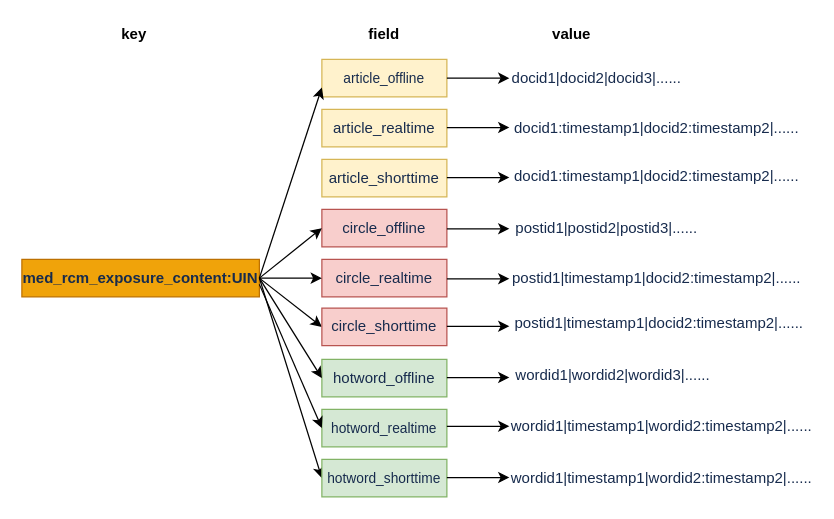
checkking/diagrams keeps this draw.io diagram as exposure_redis_hash.drawio. Above is the earlier version. Source tidied: cells renumbered, new cells numbered last; positions are measured from the earlier drawing's top-left corner, leaving out a move shared by most shapes. Both pictures are drawn from the tidied source at 125%, with x=0, y=0 at pixel (21, 21).
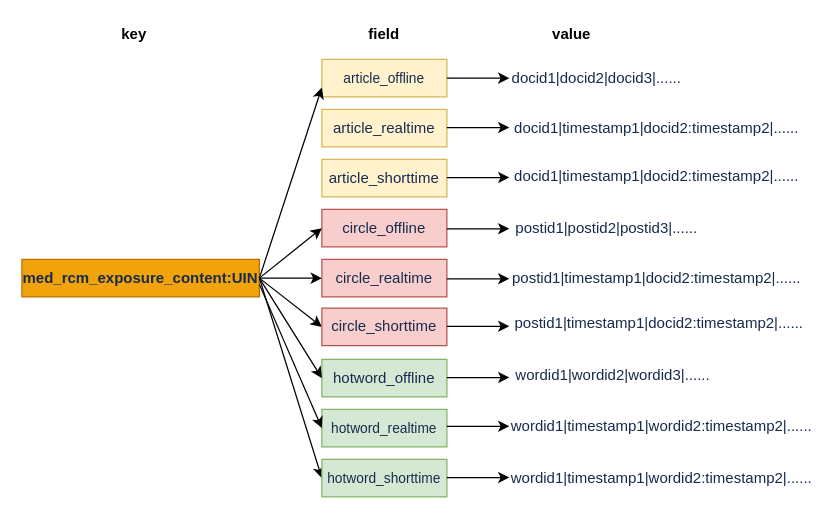
Above is the later version.

Diff of the diagram source:
```diff
@@
-    <mxCell id="16" value="&lt;span style=&quot;color: rgb(23 , 43 , 77) ; text-align: left ; background-color: rgb(255 , 255 , 255)&quot;&gt;docid1:timestamp1|docid2:timestamp2|......&lt;/span&gt;" style="text;html=1;align=center;verticalAlign=middle;whiteSpace=wrap;rounded=0;" parent="1" vertex="1">
+    <mxCell id="16" value="&lt;span style=&quot;color: rgb(23 , 43 , 77) ; text-align: left ; background-color: rgb(255 , 255 , 255)&quot;&gt;docid1|timestamp1|docid2:timestamp2|......&lt;/span&gt;" style="text;html=1;align=center;verticalAlign=middle;whiteSpace=wrap;rounded=0;" parent="1" vertex="1">
       <mxGeometry x="488" y="75" width="40" height="20" as="geometry" />
     </mxCell>
@@
-    <mxCell id="32" value="&lt;span style=&quot;color: rgb(23 , 43 , 77) ; text-align: left ; background-color: rgb(255 , 255 , 255)&quot;&gt;docid1:timestamp1|docid2:timestamp2|......&lt;/span&gt;" style="text;html=1;align=center;verticalAlign=middle;whiteSpace=wrap;rounded=0;" parent="1" vertex="1">
+    <mxCell id="32" value="&lt;span style=&quot;color: rgb(23 , 43 , 77) ; text-align: left ; background-color: rgb(255 , 255 , 255)&quot;&gt;docid1|timestamp1|docid2:timestamp2|......&lt;/span&gt;" style="text;html=1;align=center;verticalAlign=middle;whiteSpace=wrap;rounded=0;" parent="1" vertex="1">
       <mxGeometry x="488" y="114" width="40" height="20" as="geometry" />
     </mxCell>
```
